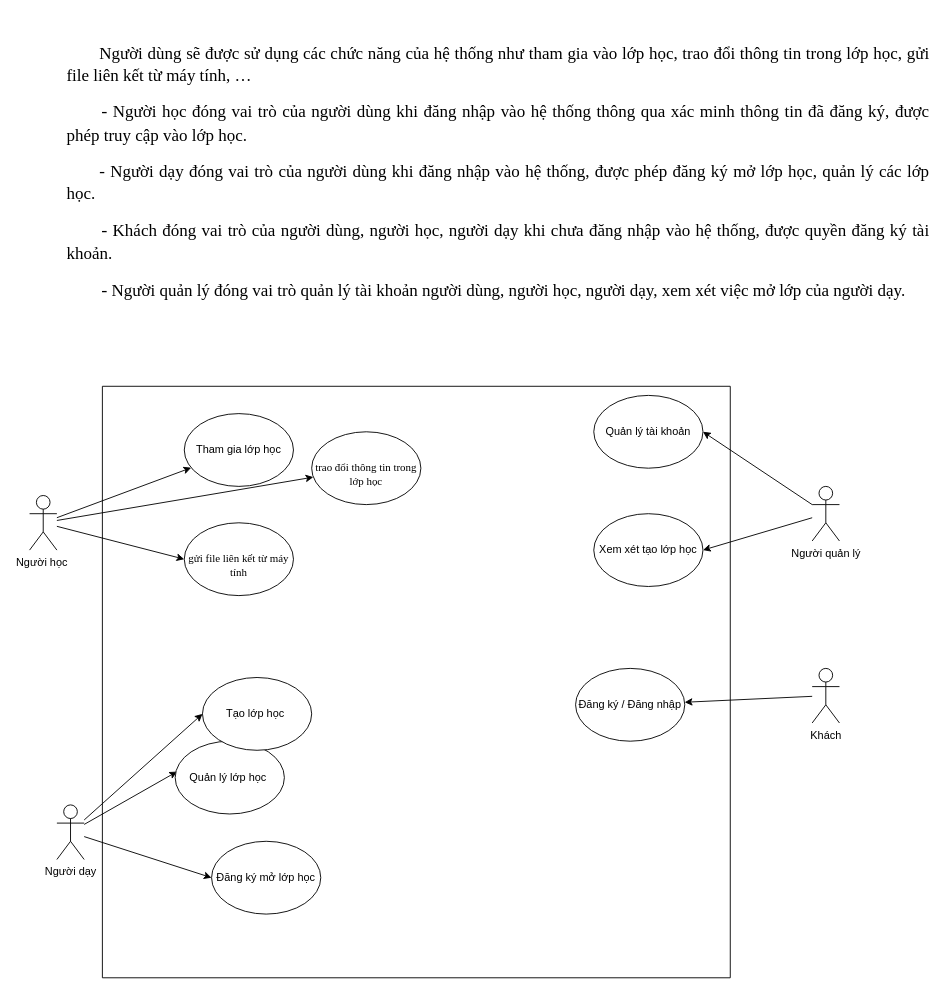
Above: OverviewSys.drawio in Archon02/Helooword (draw.io), before the change. Source tidied: cells renumbered, new cells numbered last; positions are measured from the earlier drawing's top-left corner, leaving out a move shared by most shapes. Both pictures are drawn from the tidied source at 91%, with x=0, y=0 at pixel (29, 67).
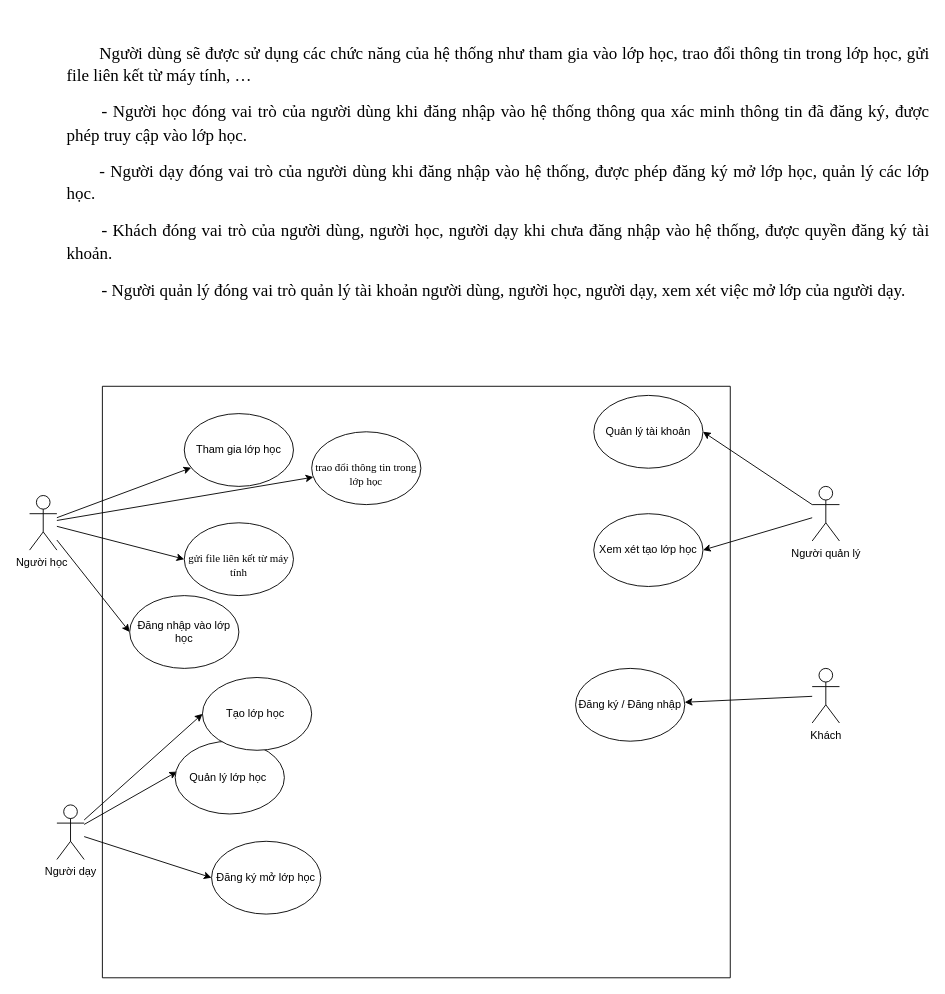
After the change.

The change refers to these unchanged cells:
```xml
<mxCell id="5" value="Người học&amp;nbsp;" style="shape=umlActor;verticalLabelPosition=bottom;verticalAlign=top;html=1;outlineConnect=0;" parent="1" vertex="1">
  <mxGeometry y="470" width="30" height="60" as="geometry" />
</mxCell>
<mxCell id="22" value="&#10;&#10;" style="swimlane;startSize=0;" parent="1" vertex="1">
  <mxGeometry x="80" y="350" width="690" height="650" as="geometry" />
</mxCell>
```

What changed in the source:
```diff
@@
+    <mxCell id="26" style="edgeStyle=none;rounded=0;jettySize=auto;html=1;entryX=0;entryY=0.5;entryDx=0;entryDy=0;fontSize=12;" parent="1" edge="1" source="5" target="27">
+      <mxGeometry relative="1" as="geometry" />
+    </mxCell>
@@
+    <mxCell id="27" value="Đăng nhập vào lớp học" style="ellipse;whiteSpace=wrap;html=1;fontSize=12;" parent="22" vertex="1">
+      <mxGeometry x="30" y="230" width="120" height="80" as="geometry" />
+    </mxCell>
```
